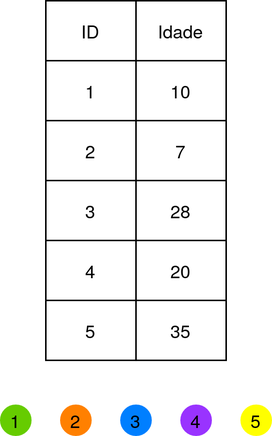
The draw.io diagram files/hc1.png in beatrizfrocha/clusters-tutorial, before a commit. Source tidied: cells renumbered, new cells last; positions are measured from the earlier drawing's top-left corner, leaving out a move shared by most shapes. Source of this version:
```xml
<mxGraphModel>
  <root>
    <mxCell id="0" />
    <mxCell id="1" parent="0" />
    <mxCell id="2" value="1" style="ellipse;whiteSpace=wrap;html=1;fillColor=#66CC00;strokeColor=#66CC00;" parent="1" vertex="1">
      <mxGeometry y="270" width="20" height="20" as="geometry" />
    </mxCell>
    <mxCell id="3" value="2" style="ellipse;whiteSpace=wrap;html=1;fillColor=#FF8000;strokeColor=#FF8000;" parent="1" vertex="1">
      <mxGeometry x="40" y="270" width="20" height="20" as="geometry" />
    </mxCell>
    <mxCell id="4" value="3" style="ellipse;whiteSpace=wrap;html=1;fillColor=#007FFF;strokeColor=#007FFF;" parent="1" vertex="1">
      <mxGeometry x="80" y="270" width="20" height="20" as="geometry" />
    </mxCell>
    <mxCell id="5" value="4" style="ellipse;whiteSpace=wrap;html=1;fillColor=#9933FF;strokeColor=#9933FF;" parent="1" vertex="1">
      <mxGeometry x="120" y="270" width="20" height="20" as="geometry" />
    </mxCell>
    <mxCell id="6" value="5" style="ellipse;whiteSpace=wrap;html=1;fillColor=#FFFF00;strokeColor=#FFFF00;" parent="1" vertex="1">
      <mxGeometry x="160" y="270" width="20" height="20" as="geometry" />
    </mxCell>
    <mxCell id="7" style="shape=table;startSize=0;strokeColor=#000000;fillColor=#FFFFFF;" parent="1" vertex="1">
      <mxGeometry x="30" width="120" height="240" as="geometry" />
    </mxCell>
    <mxCell id="8" style="shape=partialRectangle;fillColor=none;top=0;left=0;bottom=0;right=0;strokeColor=#000000;" parent="7" vertex="1">
      <mxGeometry width="120" height="40" as="geometry" />
    </mxCell>
    <mxCell id="9" value="ID" style="shape=partialRectangle;html=1;whiteSpace=wrap;overflow=hidden;fillColor=none;top=0;left=0;bottom=0;right=0;strokeColor=#000000;" parent="8" vertex="1">
      <mxGeometry width="60" height="40" as="geometry" />
    </mxCell>
    <mxCell id="10" value="Idade" style="shape=partialRectangle;html=1;whiteSpace=wrap;overflow=hidden;fillColor=none;top=0;left=0;bottom=0;right=0;strokeColor=#000000;" parent="8" vertex="1">
      <mxGeometry x="60" width="60" height="40" as="geometry" />
    </mxCell>
    <mxCell id="11" style="shape=partialRectangle;fillColor=none;top=0;left=0;bottom=0;right=0;strokeColor=#000000;" parent="7" vertex="1">
      <mxGeometry y="40" width="120" height="40" as="geometry" />
    </mxCell>
    <mxCell id="12" value="1" style="shape=partialRectangle;html=1;whiteSpace=wrap;overflow=hidden;fillColor=none;top=0;left=0;bottom=0;right=0;strokeColor=#000000;" parent="11" vertex="1">
      <mxGeometry width="60" height="40" as="geometry" />
    </mxCell>
    <mxCell id="13" value="10" style="shape=partialRectangle;html=1;whiteSpace=wrap;overflow=hidden;fillColor=none;top=0;left=0;bottom=0;right=0;strokeColor=#000000;" parent="11" vertex="1">
      <mxGeometry x="60" width="60" height="40" as="geometry" />
    </mxCell>
    <mxCell id="14" style="shape=partialRectangle;fillColor=none;top=0;left=0;bottom=0;right=0;strokeColor=#000000;" parent="7" vertex="1">
      <mxGeometry y="80" width="120" height="40" as="geometry" />
    </mxCell>
    <mxCell id="15" value="2" style="shape=partialRectangle;html=1;whiteSpace=wrap;overflow=hidden;fillColor=none;top=0;left=0;bottom=0;right=0;strokeColor=#000000;" parent="14" vertex="1">
      <mxGeometry width="60" height="40" as="geometry" />
    </mxCell>
    <mxCell id="16" value="7" style="shape=partialRectangle;html=1;whiteSpace=wrap;overflow=hidden;fillColor=none;top=0;left=0;bottom=0;right=0;strokeColor=#000000;" parent="14" vertex="1">
      <mxGeometry x="60" width="60" height="40" as="geometry" />
    </mxCell>
    <mxCell id="17" style="shape=partialRectangle;fillColor=none;top=0;left=0;bottom=0;right=0;strokeColor=#000000;" parent="7" vertex="1">
      <mxGeometry y="120" width="120" height="40" as="geometry" />
    </mxCell>
    <mxCell id="18" value="3" style="shape=partialRectangle;html=1;whiteSpace=wrap;overflow=hidden;fillColor=none;top=0;left=0;bottom=0;right=0;strokeColor=#000000;" parent="17" vertex="1">
      <mxGeometry width="60" height="40" as="geometry" />
    </mxCell>
    <mxCell id="19" value="28" style="shape=partialRectangle;html=1;whiteSpace=wrap;overflow=hidden;fillColor=none;top=0;left=0;bottom=0;right=0;strokeColor=#000000;" parent="17" vertex="1">
      <mxGeometry x="60" width="60" height="40" as="geometry" />
    </mxCell>
    <mxCell id="20" style="shape=partialRectangle;fillColor=none;top=0;left=0;bottom=0;right=0;strokeColor=#000000;" parent="7" vertex="1">
      <mxGeometry y="160" width="120" height="40" as="geometry" />
    </mxCell>
    <mxCell id="21" value="4" style="shape=partialRectangle;html=1;whiteSpace=wrap;overflow=hidden;fillColor=none;top=0;left=0;bottom=0;right=0;strokeColor=#000000;" parent="20" vertex="1">
      <mxGeometry width="60" height="40" as="geometry" />
    </mxCell>
    <mxCell id="22" value="20" style="shape=partialRectangle;html=1;whiteSpace=wrap;overflow=hidden;fillColor=none;top=0;left=0;bottom=0;right=0;strokeColor=#000000;" parent="20" vertex="1">
      <mxGeometry x="60" width="60" height="40" as="geometry" />
    </mxCell>
    <mxCell id="23" style="shape=partialRectangle;fillColor=none;top=0;left=0;bottom=0;right=0;strokeColor=#000000;" parent="7" vertex="1">
      <mxGeometry y="200" width="120" height="40" as="geometry" />
    </mxCell>
    <mxCell id="24" value="5" style="shape=partialRectangle;html=1;whiteSpace=wrap;overflow=hidden;fillColor=none;top=0;left=0;bottom=0;right=0;strokeColor=#000000;" parent="23" vertex="1">
      <mxGeometry width="60" height="40" as="geometry" />
    </mxCell>
    <mxCell id="25" value="35" style="shape=partialRectangle;html=1;whiteSpace=wrap;overflow=hidden;fillColor=none;top=0;left=0;bottom=0;right=0;strokeColor=#000000;" parent="23" vertex="1">
      <mxGeometry x="60" width="60" height="40" as="geometry" />
    </mxCell>
  </root>
</mxGraphModel>
```
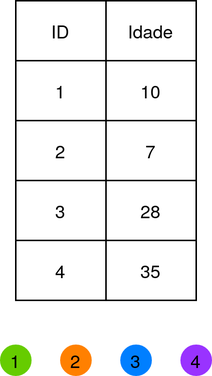
After the change.

Change to the diagram source:
```diff
@@ -14,11 +14,8 @@
     <mxCell id="5" value="4" style="ellipse;whiteSpace=wrap;html=1;fillColor=#9933FF;strokeColor=#9933FF;" parent="1" vertex="1">
       <mxGeometry x="120" y="270" width="20" height="20" as="geometry" />
     </mxCell>
-    <mxCell id="6" value="5" style="ellipse;whiteSpace=wrap;html=1;fillColor=#FFFF00;strokeColor=#FFFF00;" parent="1" vertex="1">
-      <mxGeometry x="160" y="270" width="20" height="20" as="geometry" />
-    </mxCell>
     <mxCell id="7" style="shape=table;startSize=0;strokeColor=#000000;fillColor=#FFFFFF;" parent="1" vertex="1">
-      <mxGeometry x="30" width="120" height="240" as="geometry" />
+      <mxGeometry x="10" y="40" width="120" height="200" as="geometry" />
     </mxCell>
     <mxCell id="8" style="shape=partialRectangle;fillColor=none;top=0;left=0;bottom=0;right=0;strokeColor=#000000;" parent="7" vertex="1">
       <mxGeometry width="120" height="40" as="geometry" />
@@ -62,17 +59,8 @@
     <mxCell id="21" value="4" style="shape=partialRectangle;html=1;whiteSpace=wrap;overflow=hidden;fillColor=none;top=0;left=0;bottom=0;right=0;strokeColor=#000000;" parent="20" vertex="1">
       <mxGeometry width="60" height="40" as="geometry" />
     </mxCell>
-    <mxCell id="22" value="20" style="shape=partialRectangle;html=1;whiteSpace=wrap;overflow=hidden;fillColor=none;top=0;left=0;bottom=0;right=0;strokeColor=#000000;" parent="20" vertex="1">
+    <mxCell id="22" value="35" style="shape=partialRectangle;html=1;whiteSpace=wrap;overflow=hidden;fillColor=none;top=0;left=0;bottom=0;right=0;strokeColor=#000000;" parent="20" vertex="1">
       <mxGeometry x="60" width="60" height="40" as="geometry" />
     </mxCell>
-    <mxCell id="23" style="shape=partialRectangle;fillColor=none;top=0;left=0;bottom=0;right=0;strokeColor=#000000;" parent="7" vertex="1">
-      <mxGeometry y="200" width="120" height="40" as="geometry" />
-    </mxCell>
-    <mxCell id="24" value="5" style="shape=partialRectangle;html=1;whiteSpace=wrap;overflow=hidden;fillColor=none;top=0;left=0;bottom=0;right=0;strokeColor=#000000;" parent="23" vertex="1">
-      <mxGeometry width="60" height="40" as="geometry" />
-    </mxCell>
-    <mxCell id="25" value="35" style="shape=partialRectangle;html=1;whiteSpace=wrap;overflow=hidden;fillColor=none;top=0;left=0;bottom=0;right=0;strokeColor=#000000;" parent="23" vertex="1">
-      <mxGeometry x="60" width="60" height="40" as="geometry" />
-    </mxCell>
   </root>
 </mxGraphModel>
```
